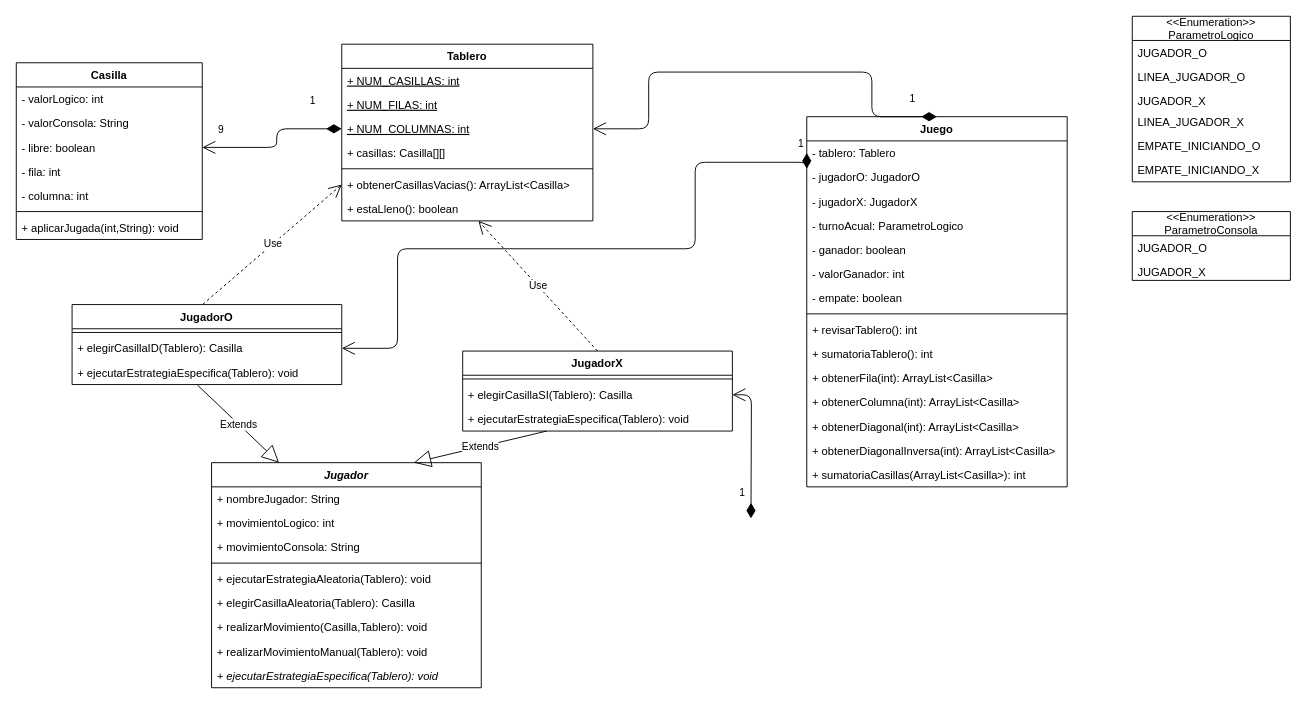
Before: P61/Clase9/DiagramaClasesTresEnRaya.drawio in luismescobarf/clasesCiclo2, a draw.io diagram. Source tidied: cells renumbered, new cells numbered last; positions are measured from the earlier drawing's top-left corner, leaving out a move shared by most shapes. Both pictures are drawn from the tidied source at 93%, with x=0, y=0 at pixel (16, 16).
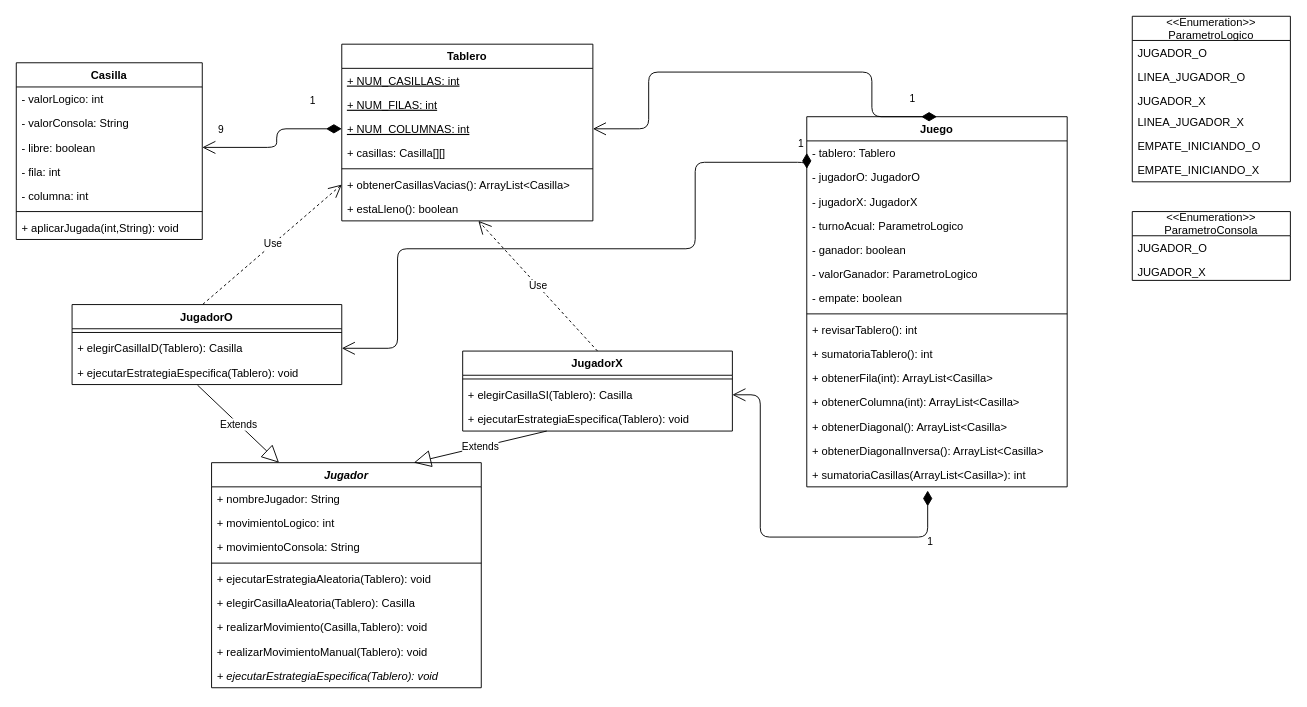
After the change.

Unchanged cells that the change refers to:
```xml
<mxCell id="22" value="+ elegirCasillaSI(Tablero): Casilla" style="text;strokeColor=none;fillColor=none;align=left;verticalAlign=top;spacingLeft=4;spacingRight=4;overflow=hidden;points=[[0,0.5],[1,0.5]];portConstraint=eastwest;" parent="20" vertex="1">
  <mxGeometry y="34" width="290" height="26" as="geometry" />
</mxCell>
<mxCell id="42" value="Juego" style="swimlane;fontStyle=1;align=center;verticalAlign=top;horizontal=1;startSize=26;" parent="1" vertex="1">
  <mxGeometry x="850" y="108" width="280" height="398" as="geometry" />
</mxCell>
```

Change to the diagram source:
```diff
@@
-    <mxCell id="48" value="- valorGanador: int" style="text;strokeColor=none;fillColor=none;align=left;verticalAlign=top;spacingLeft=4;spacingRight=4;overflow=hidden;" parent="42" vertex="1">
+    <mxCell id="48" value="- valorGanador: ParametroLogico" style="text;strokeColor=none;fillColor=none;align=left;verticalAlign=top;spacingLeft=4;spacingRight=4;overflow=hidden;" parent="42" vertex="1">
       <mxGeometry y="156" width="280" height="26" as="geometry" />
     </mxCell>
@@
-    <mxCell id="55" value="+ obtenerDiagonal(int): ArrayList&lt;Casilla&gt;" style="text;strokeColor=none;fillColor=none;align=left;verticalAlign=top;spacingLeft=4;spacingRight=4;overflow=hidden;" parent="42" vertex="1">
+    <mxCell id="55" value="+ obtenerDiagonal(): ArrayList&lt;Casilla&gt;" style="text;strokeColor=none;fillColor=none;align=left;verticalAlign=top;spacingLeft=4;spacingRight=4;overflow=hidden;" parent="42" vertex="1">
       <mxGeometry y="320" width="280" height="26" as="geometry" />
     </mxCell>
-    <mxCell id="56" value="+ obtenerDiagonalInversa(int): ArrayList&lt;Casilla&gt;" style="text;strokeColor=none;fillColor=none;align=left;verticalAlign=top;spacingLeft=4;spacingRight=4;overflow=hidden;" parent="42" vertex="1">
+    <mxCell id="56" value="+ obtenerDiagonalInversa(): ArrayList&lt;Casilla&gt;" style="text;strokeColor=none;fillColor=none;align=left;verticalAlign=top;spacingLeft=4;spacingRight=4;overflow=hidden;" parent="42" vertex="1">
       <mxGeometry y="346" width="280" height="26" as="geometry" />
     </mxCell>
@@
     <mxCell id="59" value="1" style="endArrow=open;html=1;endSize=12;startArrow=diamondThin;startSize=14;startFill=1;edgeStyle=orthogonalEdgeStyle;align=left;verticalAlign=bottom;entryX=1;entryY=0.5;entryDx=0;entryDy=0;" parent="1" edge="1" target="22">
       <mxGeometry x="-0.75" y="14" relative="1" as="geometry">
-        <mxPoint x="790" y="540" as="sourcePoint" />
+        <mxPoint x="980" y="510" as="sourcePoint" />
+        <Array as="points">
+          <mxPoint x="980" y="560" />
+          <mxPoint x="800" y="560" />
+          <mxPoint x="800" y="407" />
+        </Array>
       </mxGeometry>
     </mxCell>
```
